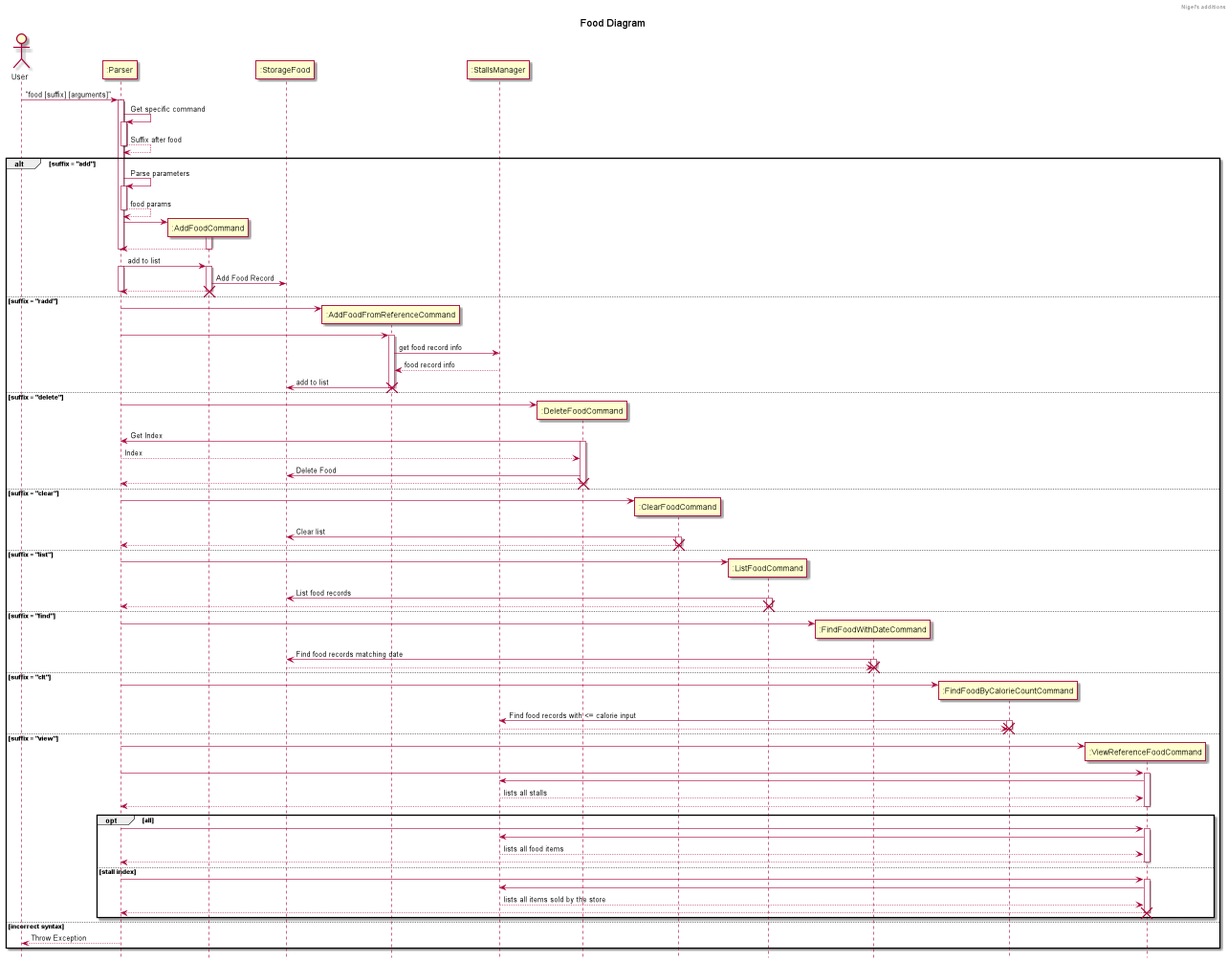
Earlier version of the PlantUML export docs/images/food/food_architecture.png (nus-cs2113-AY2122S1/tp).
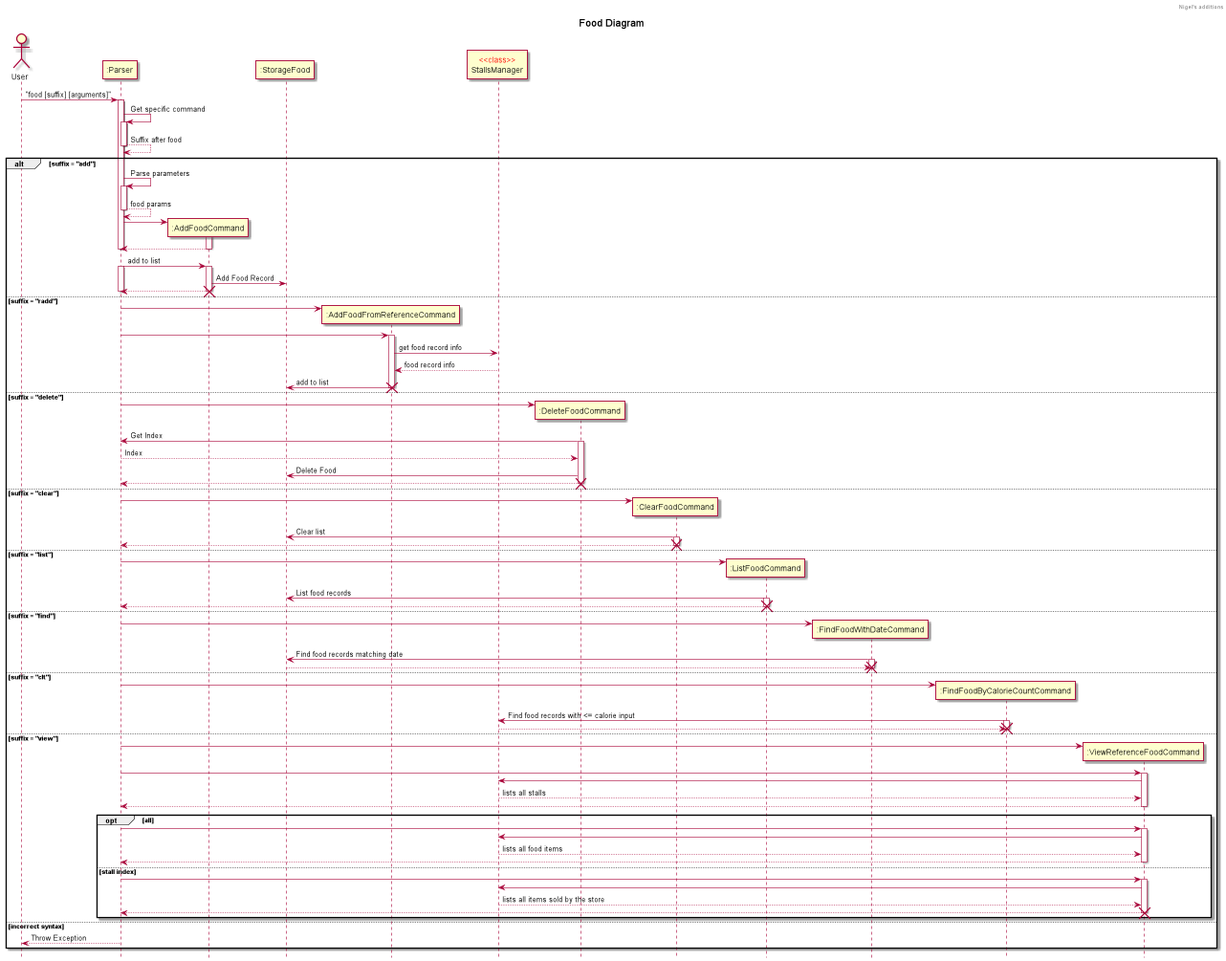
Above is the later version.

Commit message:
Update food architecture diagram

Diff of the diagram source:
```diff
@@ -32,8 +32,8 @@
     ":Parser" -> ":AddFoodFromReferenceCommand"
     ":Parser" -> ":AddFoodFromReferenceCommand"
     activate ":AddFoodFromReferenceCommand"
-    ":AddFoodFromReferenceCommand" -> ":StallsManager" : get food record info
-    ":StallsManager" --> ":AddFoodFromReferenceCommand" : food record info
+    ":AddFoodFromReferenceCommand" -> "<color red><<class>></color>\nStallsManager" : get food record info
+    "<color red><<class>></color>\nStallsManager" --> ":AddFoodFromReferenceCommand" : food record info
     ":AddFoodFromReferenceCommand" -> ":StorageFood" : add to list
     deactivate ":AddFoodFromReferenceCommand"
     destroy ":AddFoodFromReferenceCommand"
@@ -78,7 +78,7 @@
 else suffix = "clt"
     create ":FindFoodByCalorieCountCommand"
     ":Parser" -> ":FindFoodByCalorieCountCommand"
-    ":FindFoodByCalorieCountCommand" -> ":StallsManager" : Find food records with <= calorie input
+    ":FindFoodByCalorieCountCommand" -> "<color red><<class>></color>\nStallsManager" : Find food records with <= calorie input
         activate ":FindFoodByCalorieCountCommand"
     return
     destroy ":FindFoodByCalorieCountCommand"
@@ -89,24 +89,24 @@
 
     ":Parser" -> ":ViewReferenceFoodCommand"
       activate ":ViewReferenceFoodCommand"
-     ":ViewReferenceFoodCommand" -> ":StallsManager"
+     ":ViewReferenceFoodCommand" -> "<color red><<class>></color>\nStallsManager"
 
-    ":StallsManager" --> ":ViewReferenceFoodCommand" : lists all stalls
+    "<color red><<class>></color>\nStallsManager" --> ":ViewReferenceFoodCommand" : lists all stalls
     return
     opt all
     ":Parser" -> ":ViewReferenceFoodCommand"
      activate ":ViewReferenceFoodCommand"
 
-    ":ViewReferenceFoodCommand" -> ":StallsManager"
-    ":StallsManager" --> ":ViewReferenceFoodCommand" : lists all food items
+    ":ViewReferenceFoodCommand" -> "<color red><<class>></color>\nStallsManager"
+    "<color red><<class>></color>\nStallsManager" --> ":ViewReferenceFoodCommand" : lists all food items
     return
 
     else stall index
 
     ":Parser" -> ":ViewReferenceFoodCommand"
      activate ":ViewReferenceFoodCommand"
-    ":ViewReferenceFoodCommand" -> ":StallsManager"
-    ":StallsManager" --> ":ViewReferenceFoodCommand" : lists all items sold by the store
+    ":ViewReferenceFoodCommand" -> "<color red><<class>></color>\nStallsManager"
+    "<color red><<class>></color>\nStallsManager" --> ":ViewReferenceFoodCommand" : lists all items sold by the store
     return
     destroy ":ViewReferenceFoodCommand"
     end
```
